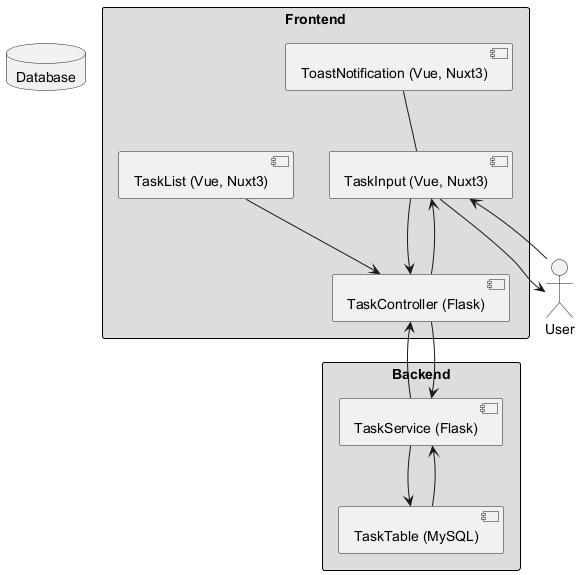
This is docs/images/SystemArchitectureDiagram.png from Takayuki-Suda/nuxt-todo-app-document, a PlantUML export, as it was before one commit. Its diagram source:
```plantuml
@startuml
skinparam rectangle {
    BackgroundColor #DDDDDD
    BorderColor black
}

actor User

rectangle "Frontend" {
    [TaskInput (Vue, Nuxt3)] --> [TaskController (Flask)]
    [TaskList (Vue, Nuxt3)] --> [TaskController (Flask)]
    [ToastNotification (Vue, Nuxt3)] -- [TaskInput (Vue, Nuxt3)]
}

rectangle "Backend" {
    [TaskController (Flask)] --> [TaskService (Flask)]
    [TaskService (Flask)] --> [TaskTable (MySQL)]
}

database "Database" {
    [TaskTable (MySQL)]
}

User --> [TaskInput (Vue, Nuxt3)]
[TaskTable (MySQL)] --> [TaskService (Flask)]
[TaskService (Flask)] --> [TaskController (Flask)]
[TaskController (Flask)] --> [TaskInput (Vue, Nuxt3)]
[TaskInput (Vue, Nuxt3)] --> User

@enduml
```
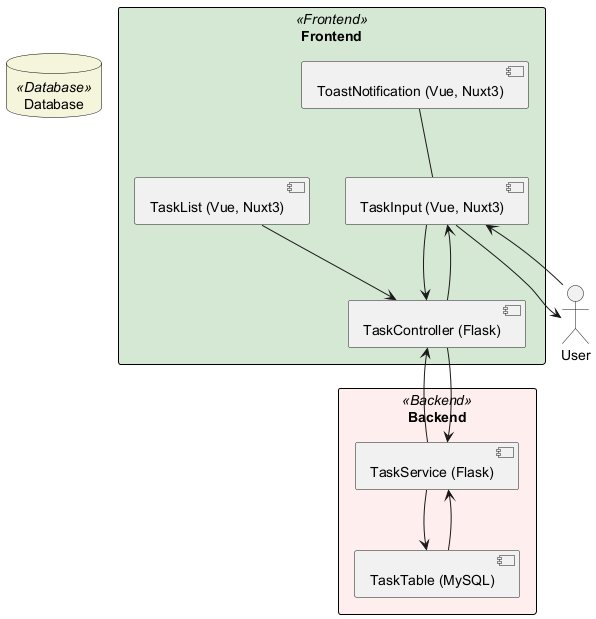
Above is the later version.

Commit message:
feat: システムアーキテクチャ図とタスクコンポーネント図に色を追加して視覚的に見やすくしました

What changed in the source:
```diff
@@ -1,23 +1,29 @@
 @startuml
 skinparam rectangle {
-    BackgroundColor #DDDDDD
+    BackgroundColor<<Frontend>> #D5E8D4
+    BackgroundColor<<Backend>> #FFEEEE
+    BorderColor black
+}
+
+skinparam database {
+    BackgroundColor #F5F5DC
     BorderColor black
 }
 
 actor User
 
-rectangle "Frontend" {
+rectangle "Frontend" <<Frontend>> {
     [TaskInput (Vue, Nuxt3)] --> [TaskController (Flask)]
     [TaskList (Vue, Nuxt3)] --> [TaskController (Flask)]
     [ToastNotification (Vue, Nuxt3)] -- [TaskInput (Vue, Nuxt3)]
 }
 
-rectangle "Backend" {
+rectangle "Backend" <<Backend>> {
     [TaskController (Flask)] --> [TaskService (Flask)]
     [TaskService (Flask)] --> [TaskTable (MySQL)]
 }
 
-database "Database" {
+database "Database" <<Database>> {
     [TaskTable (MySQL)]
 }
 
```
